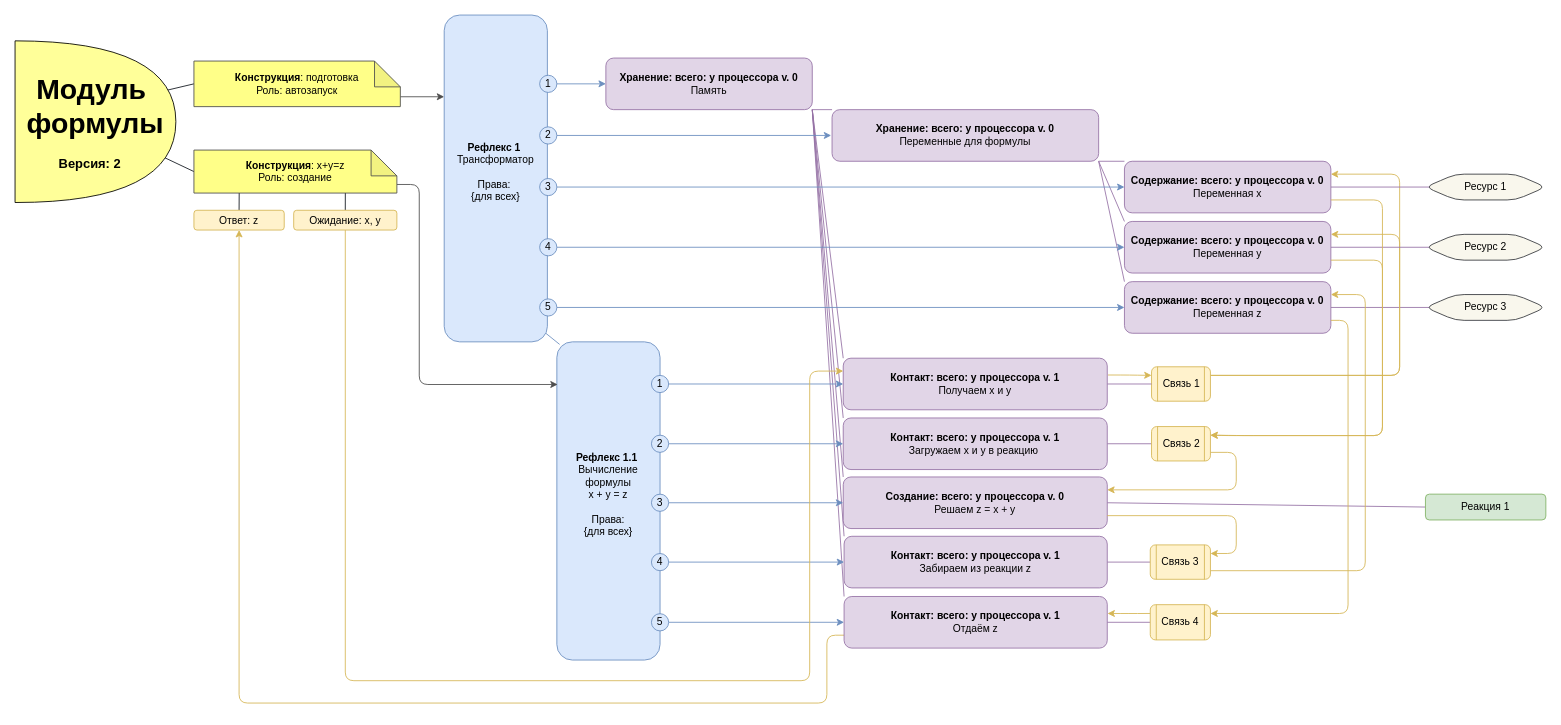
it-architector/invention.csdr keeps this draw.io diagram as Картинки/Module.drawio. Above is the earlier version. Source tidied: cells renumbered, new cells numbered last; positions are measured from the earlier drawing's top-left corner, leaving out a move shared by most shapes. Both pictures are drawn from the tidied source at 86%, with x=0, y=0 at pixel (15, 15).
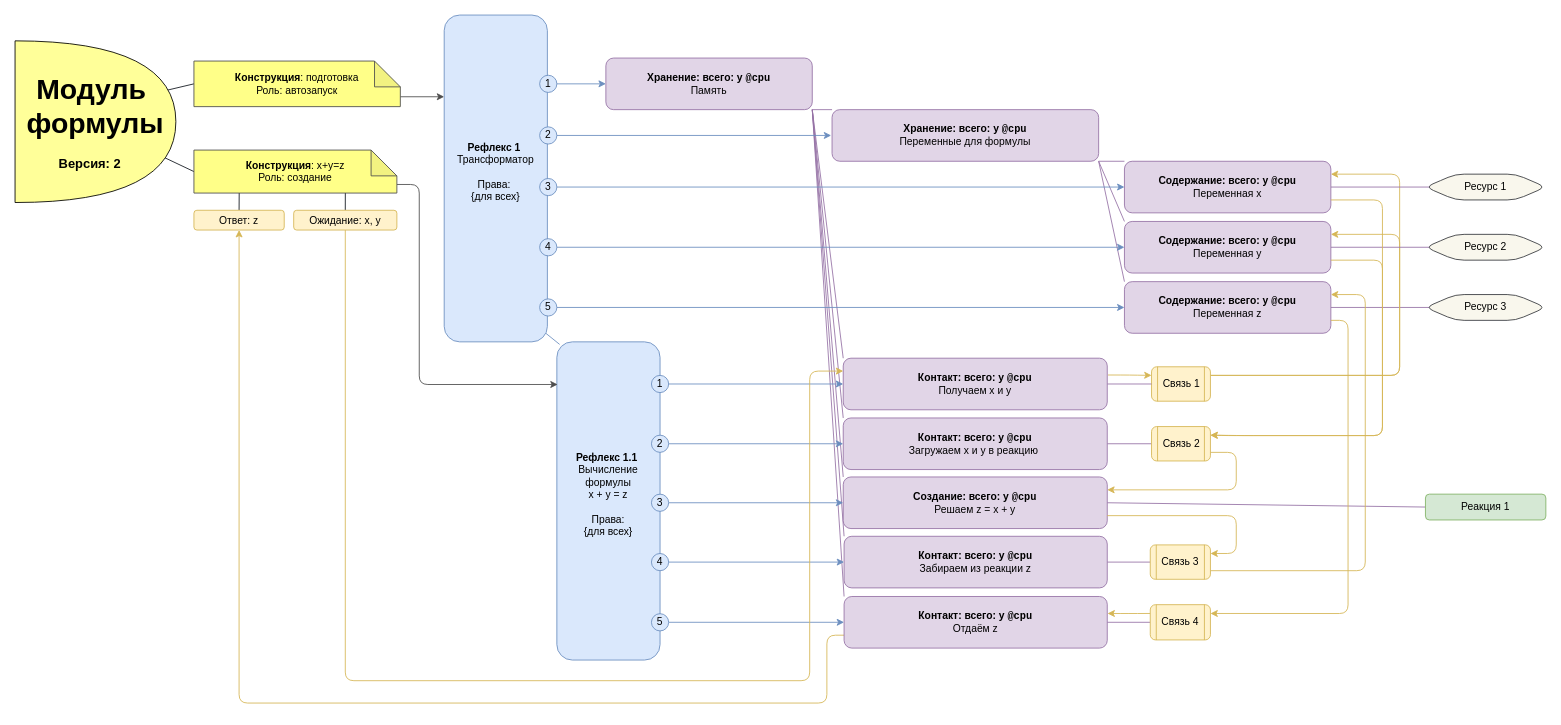
Above is the later version.

Change to the diagram source:
```diff
@@
-    <mxCell id="8" value="&lt;b&gt;Хранение: всего: у&amp;nbsp;&lt;/b&gt;&lt;b&gt;процессора v. 0&lt;/b&gt;&lt;br&gt;Память" style="rounded=1;whiteSpace=wrap;html=1;fillColor=#E1D5E7;strokeColor=#9673A6;gradientColor=none;" parent="1" vertex="1">
+    <mxCell id="8" value="&lt;b&gt;Хранение: всего: у&amp;nbsp;&lt;/b&gt;&lt;span style=&quot;font-weight: bold ; font-family: &amp;#34;consolas&amp;#34;&quot;&gt;@cpu&lt;/span&gt;&lt;b&gt;&lt;br&gt;&lt;/b&gt;Память" style="rounded=1;whiteSpace=wrap;html=1;fillColor=#E1D5E7;strokeColor=#9673A6;gradientColor=none;" parent="1" vertex="1">
       <mxGeometry x="687" y="50" width="240" height="60" as="geometry" />
     </mxCell>
@@
-    <mxCell id="10" value="&lt;b&gt;Содержание: всего: у&amp;nbsp;&lt;/b&gt;&lt;b&gt;процессора&lt;/b&gt;&lt;b&gt;&amp;nbsp;v. 0&lt;/b&gt;&lt;br&gt;Переменная z" style="rounded=1;whiteSpace=wrap;html=1;fillColor=#e1d5e7;strokeColor=#9673a6;" parent="1" vertex="1">
+    <mxCell id="10" value="&lt;b&gt;Содержание: всего: у&amp;nbsp;&lt;/b&gt;&lt;span style=&quot;font-weight: bold ; font-family: &amp;#34;consolas&amp;#34;&quot;&gt;@cpu&lt;/span&gt;&lt;b&gt;&lt;br&gt;&lt;/b&gt;Переменная z" style="rounded=1;whiteSpace=wrap;html=1;fillColor=#e1d5e7;strokeColor=#9673a6;" parent="1" vertex="1">
       <mxGeometry x="1290" y="310" width="240" height="60" as="geometry" />
     </mxCell>
@@
-    <mxCell id="17" value="&lt;b&gt;Хранение: всего: у&amp;nbsp;&lt;/b&gt;&lt;b&gt;процессора&lt;/b&gt;&lt;b&gt;&amp;nbsp;v. 0&lt;/b&gt;&lt;br&gt;Переменные для формулы" style="rounded=1;whiteSpace=wrap;html=1;fillColor=#e1d5e7;strokeColor=#9673a6;gradientColor=none;" parent="1" vertex="1">
+    <mxCell id="17" value="&lt;b&gt;Хранение: всего: у&amp;nbsp;&lt;/b&gt;&lt;span style=&quot;font-weight: bold ; font-family: &amp;#34;consolas&amp;#34;&quot;&gt;@cpu&lt;/span&gt;&lt;br&gt;Переменные для формулы" style="rounded=1;whiteSpace=wrap;html=1;fillColor=#e1d5e7;strokeColor=#9673a6;gradientColor=none;" parent="1" vertex="1">
       <mxGeometry x="950" y="110" width="310" height="60" as="geometry" />
     </mxCell>
@@
-    <mxCell id="19" value="&lt;b&gt;Содержание: всего: у&amp;nbsp;&lt;/b&gt;&lt;b&gt;процессора&lt;/b&gt;&lt;b&gt;&amp;nbsp;v. 0&lt;/b&gt;&lt;br&gt;Переменная x" style="rounded=1;whiteSpace=wrap;html=1;fillColor=#e1d5e7;strokeColor=#9673A6;" parent="1" vertex="1">
+    <mxCell id="19" value="&lt;b&gt;Содержание: всего: у&amp;nbsp;&lt;/b&gt;&lt;span style=&quot;font-weight: bold ; font-family: &amp;#34;consolas&amp;#34;&quot;&gt;@cpu&lt;/span&gt;&lt;br&gt;Переменная x" style="rounded=1;whiteSpace=wrap;html=1;fillColor=#e1d5e7;strokeColor=#9673A6;" parent="1" vertex="1">
       <mxGeometry x="1290" y="170" width="240" height="60" as="geometry" />
     </mxCell>
@@
-    <mxCell id="21" value="&lt;b&gt;Содержание: всего: у&amp;nbsp;&lt;/b&gt;&lt;b&gt;процессора&lt;/b&gt;&lt;b&gt;&amp;nbsp;v. 0&lt;/b&gt;&lt;br&gt;Переменная y" style="rounded=1;whiteSpace=wrap;html=1;fillColor=#e1d5e7;strokeColor=#9673a6;" parent="1" vertex="1">
+    <mxCell id="21" value="&lt;b&gt;Содержание: всего: у&amp;nbsp;&lt;/b&gt;&lt;span style=&quot;font-weight: bold ; font-family: &amp;#34;consolas&amp;#34;&quot;&gt;@cpu&lt;/span&gt;&lt;br&gt;Переменная y" style="rounded=1;whiteSpace=wrap;html=1;fillColor=#e1d5e7;strokeColor=#9673a6;" parent="1" vertex="1">
       <mxGeometry x="1290" y="240" width="240" height="60" as="geometry" />
     </mxCell>
@@
-    <mxCell id="24" value="&lt;b&gt;Контакт&lt;/b&gt;&lt;b&gt;: всего&lt;/b&gt;&lt;b&gt;: у&amp;nbsp;&lt;/b&gt;&lt;b&gt;процессора&lt;/b&gt;&lt;b&gt;&amp;nbsp;v. 1&lt;/b&gt;&lt;br&gt;Получаем x и y" style="rounded=1;whiteSpace=wrap;html=1;fillColor=#e1d5e7;strokeColor=#9673A6;gradientColor=none;" parent="1" vertex="1">
+    <mxCell id="24" value="&lt;b&gt;Контакт&lt;/b&gt;&lt;b&gt;: всего&lt;/b&gt;&lt;b&gt;: у&amp;nbsp;&lt;/b&gt;&lt;span style=&quot;font-weight: bold ; font-family: &amp;#34;consolas&amp;#34;&quot;&gt;@cpu&lt;/span&gt;&lt;b&gt;&lt;br&gt;&lt;/b&gt;Получаем x и y" style="rounded=1;whiteSpace=wrap;html=1;fillColor=#e1d5e7;strokeColor=#9673A6;gradientColor=none;" parent="1" vertex="1">
       <mxGeometry x="963" y="399" width="307" height="60" as="geometry" />
     </mxCell>
@@
-    <mxCell id="26" value="&lt;b&gt;Контакт:&amp;nbsp;&lt;/b&gt;&lt;b&gt;всего&lt;/b&gt;&lt;b&gt;: у&amp;nbsp;&lt;/b&gt;&lt;b&gt;процессора&lt;/b&gt;&lt;b&gt;&amp;nbsp;v. 1&lt;/b&gt;&lt;br&gt;Загружаем x и y в реакцию&amp;nbsp;" style="rounded=1;whiteSpace=wrap;html=1;fillColor=#e1d5e7;strokeColor=#9673a6;gradientColor=none;" parent="1" vertex="1">
+    <mxCell id="26" value="&lt;b&gt;Контакт:&amp;nbsp;&lt;/b&gt;&lt;b&gt;всего&lt;/b&gt;&lt;b&gt;: у&amp;nbsp;&lt;/b&gt;&lt;span style=&quot;font-weight: bold ; font-family: &amp;#34;consolas&amp;#34;&quot;&gt;@cpu&lt;/span&gt;&lt;b&gt;&lt;br&gt;&lt;/b&gt;Загружаем x и y в реакцию&amp;nbsp;" style="rounded=1;whiteSpace=wrap;html=1;fillColor=#e1d5e7;strokeColor=#9673a6;gradientColor=none;" parent="1" vertex="1">
       <mxGeometry x="963" y="468.5" width="307" height="60" as="geometry" />
     </mxCell>
@@
-    <mxCell id="28" value="&lt;b&gt;Контакт&lt;/b&gt;&lt;b&gt;:&amp;nbsp;&lt;/b&gt;&lt;b&gt;всего&lt;/b&gt;&lt;b&gt;: у&amp;nbsp;&lt;/b&gt;&lt;b&gt;процессора&lt;/b&gt;&lt;b&gt;&amp;nbsp;v. 1&lt;/b&gt;&lt;br&gt;Забираем из реакции z" style="rounded=1;whiteSpace=wrap;html=1;fillColor=#e1d5e7;strokeColor=#9673a6;gradientColor=none;" parent="1" vertex="1">
+    <mxCell id="28" value="&lt;b&gt;Контакт&lt;/b&gt;&lt;b&gt;:&amp;nbsp;&lt;/b&gt;&lt;b&gt;всего&lt;/b&gt;&lt;b&gt;: у&amp;nbsp;&lt;/b&gt;&lt;span style=&quot;font-weight: bold ; font-family: &amp;#34;consolas&amp;#34;&quot;&gt;@cpu&lt;/span&gt;&lt;b&gt;&lt;br&gt;&lt;/b&gt;Забираем из реакции z" style="rounded=1;whiteSpace=wrap;html=1;fillColor=#e1d5e7;strokeColor=#9673a6;gradientColor=none;" parent="1" vertex="1">
       <mxGeometry x="964" y="606.1" width="306" height="60" as="geometry" />
     </mxCell>
@@
-    <mxCell id="31" value="&lt;b&gt;Контакт&lt;/b&gt;&lt;b&gt;:&amp;nbsp;&lt;/b&gt;&lt;b&gt;всего&lt;/b&gt;&lt;b&gt;: у&amp;nbsp;&lt;/b&gt;&lt;b&gt;процессора&lt;/b&gt;&lt;b&gt;&amp;nbsp;v. 1&lt;/b&gt;&lt;br&gt;Отдаём z" style="rounded=1;whiteSpace=wrap;html=1;fillColor=#e1d5e7;strokeColor=#9673a6;gradientColor=none;" parent="1" vertex="1">
+    <mxCell id="31" value="&lt;b&gt;Контакт&lt;/b&gt;&lt;b&gt;:&amp;nbsp;&lt;/b&gt;&lt;b&gt;всего&lt;/b&gt;&lt;b&gt;: у&amp;nbsp;&lt;/b&gt;&lt;span style=&quot;font-weight: bold ; font-family: &amp;#34;consolas&amp;#34;&quot;&gt;@cpu&lt;/span&gt;&lt;b&gt;&lt;br&gt;&lt;/b&gt;Отдаём z" style="rounded=1;whiteSpace=wrap;html=1;fillColor=#e1d5e7;strokeColor=#9673a6;gradientColor=none;" parent="1" vertex="1">
       <mxGeometry x="964" y="676.1" width="306" height="60" as="geometry" />
     </mxCell>
@@
-    <mxCell id="33" value="&lt;b&gt;Создание: всего: у&amp;nbsp;&lt;/b&gt;&lt;b&gt;процессора&lt;/b&gt;&lt;b&gt;&amp;nbsp;v. 0&lt;/b&gt;&lt;br&gt;Решаем z = x + y" style="rounded=1;whiteSpace=wrap;html=1;fillColor=#e1d5e7;strokeColor=#9673a6;" parent="1" vertex="1">
+    <mxCell id="33" value="&lt;b&gt;Создание: всего: у&amp;nbsp;&lt;/b&gt;&lt;span style=&quot;font-weight: bold ; font-family: &amp;#34;consolas&amp;#34;&quot;&gt;@cpu&lt;/span&gt;&lt;b&gt;&lt;br&gt;&lt;/b&gt;Решаем z = x + y" style="rounded=1;whiteSpace=wrap;html=1;fillColor=#e1d5e7;strokeColor=#9673a6;" parent="1" vertex="1">
       <mxGeometry x="963" y="537.1" width="307" height="60" as="geometry" />
     </mxCell>
```
